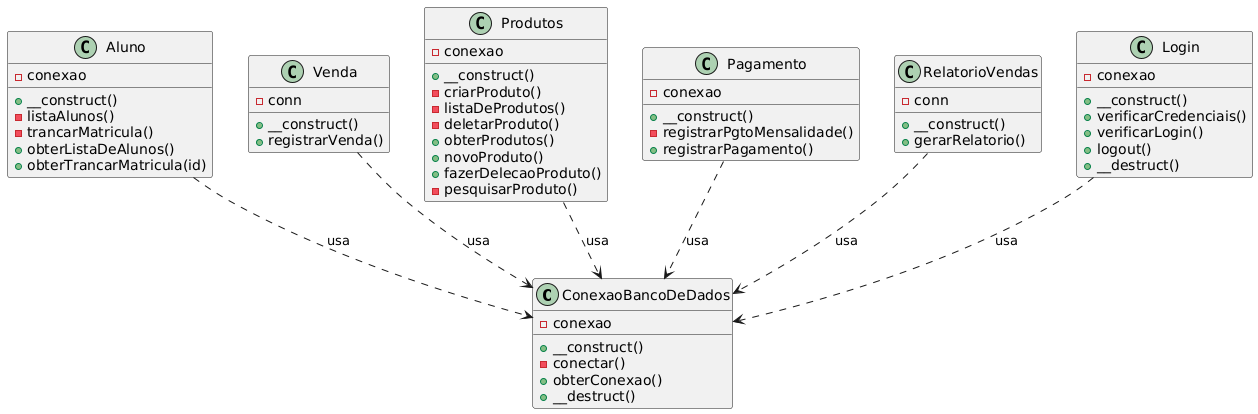
The PlantUML diagram Diagramas/Classe/Classe.png in PI-2-semestre-DSM/app-acad, before a commit. The source it was exported from:
```plantuml
@startuml
class ConexaoBancoDeDados {
    - conexao
    + __construct()
    - conectar()
    + obterConexao()
    + __destruct()
}

class Aluno {
    - conexao
    + __construct()
    - listaAlunos()
    - trancarMatricula()
    + obterListaDeAlunos()
    + obterTrancarMatricula(id)
}

class Venda {
    - conn
    + __construct()
    + registrarVenda()
}

class Produtos {
    - conexao
    + __construct()
    - criarProduto()
    - listaDeProdutos()
    - deletarProduto()
    + obterProdutos()
    + novoProduto()
    + fazerDelecaoProduto()
    - pesquisarProduto()
}

class Pagamento {
    - conexao
    + __construct()
    - registrarPgtoMensalidade()
    + registrarPagamento()
}

class RelatorioVendas {
    - conn
    + __construct()
    + gerarRelatorio()
}

class Login {
    - conexao
    + __construct()
    + verificarCredenciais()
    + verificarLogin()
    + logout()
    + __destruct()
}

Aluno ..> ConexaoBancoDeDados : usa
Venda ..> ConexaoBancoDeDados : usa
Produtos ..> ConexaoBancoDeDados : usa
Pagamento ..> ConexaoBancoDeDados : usa
RelatorioVendas ..> ConexaoBancoDeDados : usa
Login ..> ConexaoBancoDeDados : usa
@enduml
```
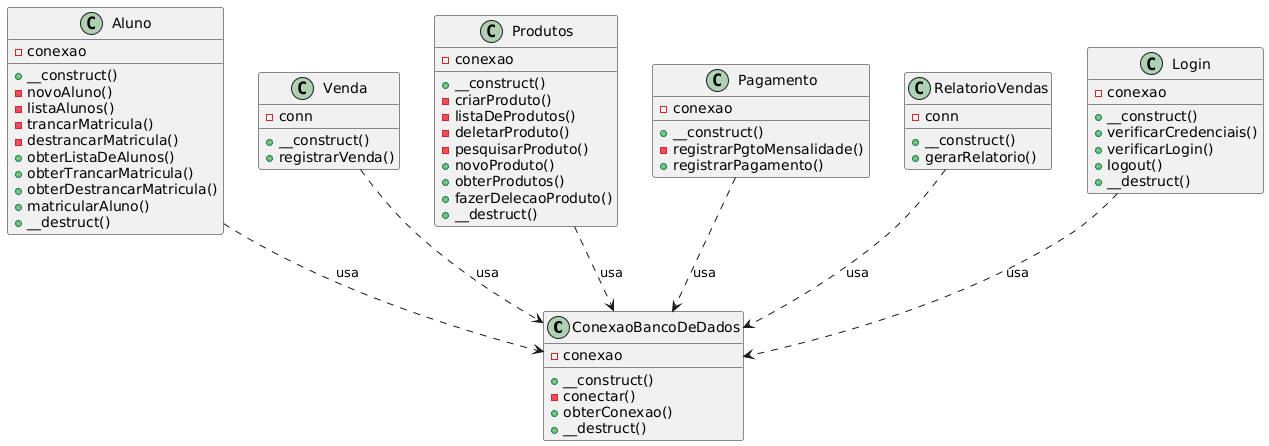
The same file after the commit.

The edit, as a diff of the source:
```diff
@@ -10,10 +10,15 @@
 class Aluno {
     - conexao
     + __construct()
+    - novoAluno()
     - listaAlunos()
     - trancarMatricula()
+    - destrancarMatricula()
     + obterListaDeAlunos()
-    + obterTrancarMatricula(id)
+    + obterTrancarMatricula()
+    + obterDestrancarMatricula()
+    + matricularAluno()
+    + __destruct()
 }
 
 class Venda {
@@ -28,10 +33,11 @@
     - criarProduto()
     - listaDeProdutos()
     - deletarProduto()
+    - pesquisarProduto()
+    + novoProduto()
     + obterProdutos()
-    + novoProduto()
     + fazerDelecaoProduto()
-    - pesquisarProduto()
+    + __destruct()
 }
 
 class Pagamento {
```
